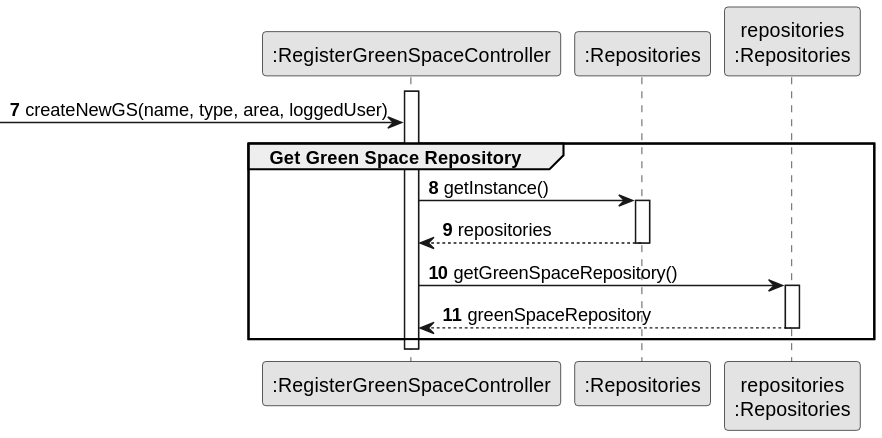
This is docs/sprintC/us020/03.design/svg/us020-sequence-diagram-partial-get-green-space-repository.svg from ricardomm7/leaflink, a PlantUML export, as it was before one commit.
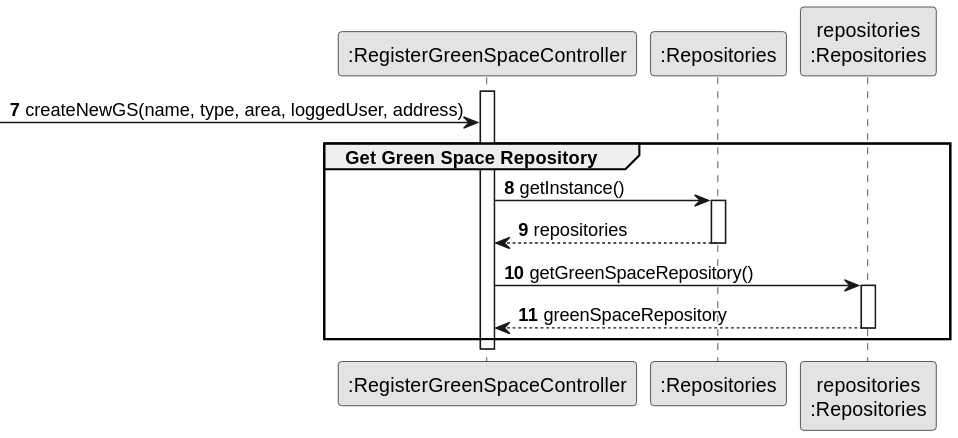
Later version of the same file.

Diff of the diagram source:
```diff
@@ -15,7 +15,7 @@
 
 activate CTRL
 
- -> CTRL: createNewGS(name, type, area, loggedUser)
+ -> CTRL: createNewGS(name, type, area, loggedUser, address)
 
     group Get Green Space Repository
 
```
